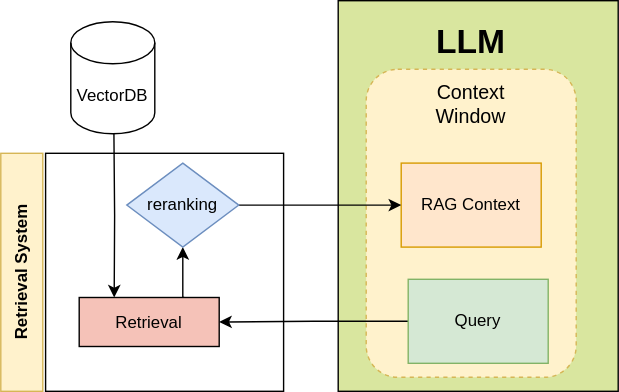
The draw.io diagram tamingllms/_static/input/incontext.svg in souzatharsis/tamingLLMs, before a commit. Source tidied: cells renumbered, new cells last; positions are measured from the earlier drawing's top-left corner, leaving out a move shared by most shapes.
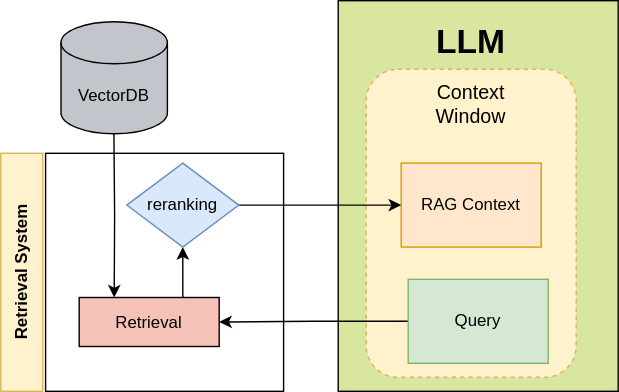
The same diagram one commit later.

Change to the diagram source:
```diff
@@ -8,46 +8,46 @@
     <mxCell id="3" style="rounded=1;whiteSpace=wrap;html=1;dashed=1;fillColor=#fff2cc;strokeColor=#d6b656;" parent="1" vertex="1">
       <mxGeometry x="331" y="49" width="150" height="220" as="geometry" />
     </mxCell>
-    <mxCell id="4" style="edgeStyle=orthogonalEdgeStyle;rounded=0;jettySize=auto;html=1;entryX=0.25;entryY=0;entryDx=0;entryDy=0;exitX=0.002;exitY=0.287;exitDx=0;exitDy=0;exitPerimeter=0;" parent="1" edge="1" target="6">
+    <mxCell id="4" style="edgeStyle=orthogonalEdgeStyle;rounded=0;jettySize=auto;html=1;entryX=0.25;entryY=0;entryDx=0;entryDy=0;exitX=0.002;exitY=0.287;exitDx=0;exitDy=0;exitPerimeter=0;" parent="1" edge="1" target="7">
       <mxGeometry relative="1" as="geometry">
         <mxPoint x="150.8" y="93.6" as="sourcePoint" />
       </mxGeometry>
     </mxCell>
-    <mxCell id="5" style="edgeStyle=orthogonalEdgeStyle;rounded=0;jettySize=auto;html=1;exitX=0.75;exitY=0;exitDx=0;exitDy=0;entryX=0.5;entryY=1;entryDx=0;entryDy=0;" parent="1" edge="1" source="6" target="9">
-      <mxGeometry relative="1" as="geometry" />
+    <mxCell id="5" value="VectorDB" style="shape=cylinder3;whiteSpace=wrap;html=1;boundedLbl=1;backgroundOutline=1;size=15;fillColor=#c2c5cc;" parent="1" vertex="1">
+      <mxGeometry x="113" y="15" width="76" height="80" as="geometry" />
     </mxCell>
-    <mxCell id="6" value="Retrieval" style="rounded=0;whiteSpace=wrap;html=1;fillColor=#f5c2b8;" parent="1" vertex="1">
-      <mxGeometry x="126" y="212" width="100" height="35" as="geometry" />
+    <mxCell id="6" style="edgeStyle=orthogonalEdgeStyle;rounded=0;jettySize=auto;html=1;exitX=0.75;exitY=0;exitDx=0;exitDy=0;entryX=0.5;entryY=1;entryDx=0;entryDy=0;" parent="1" edge="1" source="7" target="10">
+      <mxGeometry relative="1" as="geometry" />
     </mxCell>
-    <mxCell id="7" value="RAG Context" style="rounded=0;whiteSpace=wrap;html=1;fillColor=#ffe6cc;strokeColor=#d79b00;" parent="1" vertex="1">
-      <mxGeometry x="356" y="116" width="100" height="60" as="geometry" />
+    <mxCell id="7" value="Retrieval" style="rounded=0;whiteSpace=wrap;html=1;fillColor=#f5c2b8;" parent="1" vertex="1">
+      <mxGeometry x="126" y="212" width="100" height="35" as="geometry" />
     </mxCell>
-    <mxCell id="8" style="edgeStyle=orthogonalEdgeStyle;rounded=0;jettySize=auto;html=1;exitX=1;exitY=0.5;exitDx=0;exitDy=0;entryX=0;entryY=0.5;entryDx=0;entryDy=0;" parent="1" edge="1" source="9" target="7">
-      <mxGeometry relative="1" as="geometry" />
+    <mxCell id="8" value="RAG Context" style="rounded=0;whiteSpace=wrap;html=1;fillColor=#ffe6cc;strokeColor=#d79b00;" parent="1" vertex="1">
+      <mxGeometry x="356" y="116" width="100" height="60" as="geometry" />
     </mxCell>
-    <mxCell id="9" value="reranking" style="rhombus;whiteSpace=wrap;html=1;fillColor=#dae8fc;strokeColor=#6c8ebf;" parent="1" vertex="1">
-      <mxGeometry x="160" y="116" width="80" height="60" as="geometry" />
+    <mxCell id="9" style="edgeStyle=orthogonalEdgeStyle;rounded=0;jettySize=auto;html=1;exitX=1;exitY=0.5;exitDx=0;exitDy=0;entryX=0;entryY=0.5;entryDx=0;entryDy=0;" parent="1" edge="1" source="10" target="8">
+      <mxGeometry relative="1" as="geometry" />
     </mxCell>
-    <mxCell id="10" style="edgeStyle=orthogonalEdgeStyle;rounded=0;jettySize=auto;html=1;entryX=1;entryY=0.5;entryDx=0;entryDy=0;" parent="1" edge="1" source="11" target="6">
-      <mxGeometry relative="1" as="geometry" />
+    <mxCell id="10" value="reranking" style="rhombus;whiteSpace=wrap;html=1;fillColor=#dae8fc;strokeColor=#6c8ebf;" parent="1" vertex="1">
+      <mxGeometry x="160" y="116" width="80" height="60" as="geometry" />
     </mxCell>
-    <mxCell id="11" value="Query" style="rounded=0;whiteSpace=wrap;html=1;fillColor=#d5e8d4;strokeColor=#82b366;" parent="1" vertex="1">
-      <mxGeometry x="361" y="199" width="100" height="60" as="geometry" />
+    <mxCell id="11" style="edgeStyle=orthogonalEdgeStyle;rounded=0;jettySize=auto;html=1;entryX=1;entryY=0.5;entryDx=0;entryDy=0;" parent="1" edge="1" source="12" target="7">
+      <mxGeometry relative="1" as="geometry" />
     </mxCell>
-    <mxCell id="12" value="&lt;h1&gt;LLM&lt;/h1&gt;" style="text;html=1;align=center;verticalAlign=middle;whiteSpace=wrap;rounded=0;" parent="1" vertex="1">
-      <mxGeometry x="376" y="15" width="60" height="30" as="geometry" />
+    <mxCell id="12" value="Query" style="rounded=0;whiteSpace=wrap;html=1;fillColor=#d5e8d4;strokeColor=#82b366;" parent="1" vertex="1">
+      <mxGeometry x="361" y="199" width="100" height="60" as="geometry" />
     </mxCell>
-    <mxCell id="13" value="&lt;h3&gt;&lt;span style=&quot;font-weight: normal;&quot;&gt;Context Window&lt;/span&gt;&lt;/h3&gt;" style="text;html=1;align=center;verticalAlign=middle;whiteSpace=wrap;rounded=0;fontStyle=0;" parent="1" vertex="1">
-      <mxGeometry x="376" y="59" width="60" height="30" as="geometry" />
+    <mxCell id="13" value="&lt;h1&gt;LLM&lt;/h1&gt;" style="text;html=1;align=center;verticalAlign=middle;whiteSpace=wrap;rounded=0;" parent="1" vertex="1">
+      <mxGeometry x="376" y="15" width="60" height="30" as="geometry" />
     </mxCell>
-    <mxCell id="14" value="&lt;b&gt;Retrieval System&lt;/b&gt;" style="text;html=1;strokeColor=#d6b656;fillColor=#fff2cc;align=center;verticalAlign=middle;whiteSpace=wrap;rounded=0;rotation=-90;" parent="1" vertex="1">
-      <mxGeometry y="179" width="170" height="30" as="geometry" />
+    <mxCell id="14" value="&lt;h3&gt;&lt;span style=&quot;font-weight: normal;&quot;&gt;Context Window&lt;/span&gt;&lt;/h3&gt;" style="text;html=1;align=center;verticalAlign=middle;whiteSpace=wrap;rounded=0;fontStyle=0;" parent="1" vertex="1">
+      <mxGeometry x="376" y="59" width="60" height="30" as="geometry" />
     </mxCell>
-    <mxCell id="15" style="text;html=1;align=center;verticalAlign=middle;whiteSpace=wrap;rounded=0;rotation=-90;strokeColor=default;" parent="1" vertex="1">
-      <mxGeometry x="102" y="109" width="170" height="170" as="geometry" />
+    <mxCell id="15" value="&lt;b&gt;Retrieval System&lt;/b&gt;" style="text;html=1;strokeColor=#d6b656;fillColor=#fff2cc;align=center;verticalAlign=middle;whiteSpace=wrap;rounded=0;rotation=-90;" parent="1" vertex="1">
+      <mxGeometry y="179" width="170" height="30" as="geometry" />
     </mxCell>
-    <mxCell id="16" value="VectorDB" style="shape=cylinder3;whiteSpace=wrap;html=1;boundedLbl=1;backgroundOutline=1;size=15;" parent="1" vertex="1">
-      <mxGeometry x="120" y="15" width="60" height="80" as="geometry" />
+    <mxCell id="16" style="text;html=1;align=center;verticalAlign=middle;whiteSpace=wrap;rounded=0;rotation=-90;strokeColor=default;" parent="1" vertex="1">
+      <mxGeometry x="102" y="109" width="170" height="170" as="geometry" />
     </mxCell>
   </root>
 </mxGraphModel>
```
